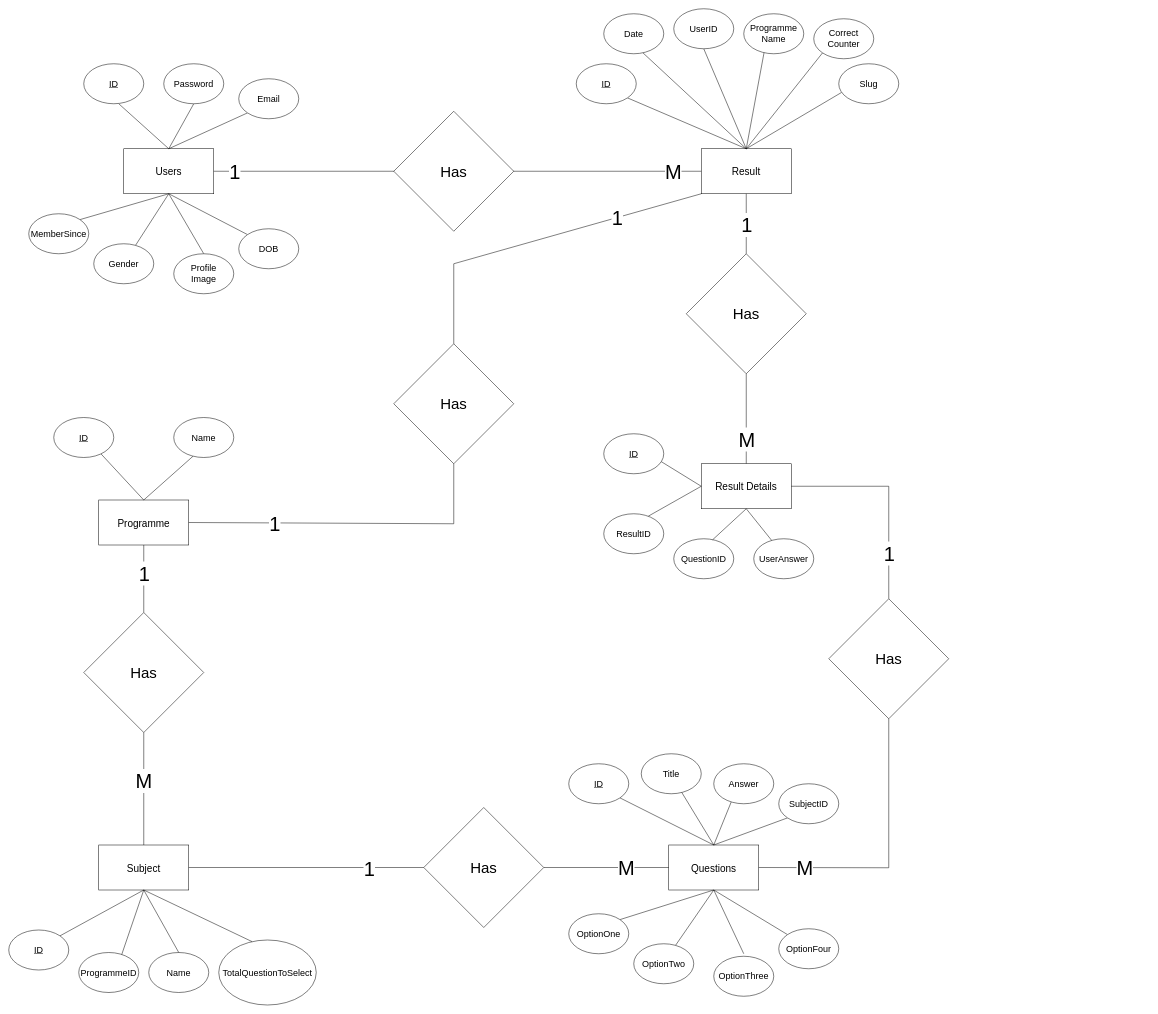
Above: static/Project Diagram/ER-Diagram.drawio in sainisoftravi/online_entrance (draw.io), before the change. Source tidied: cells renumbered, new cells numbered last; positions are measured from the earlier drawing's top-left corner, leaving out a move shared by most shapes. Both pictures are drawn from the tidied source at 50%, with x=0, y=0 at pixel (8, 8).
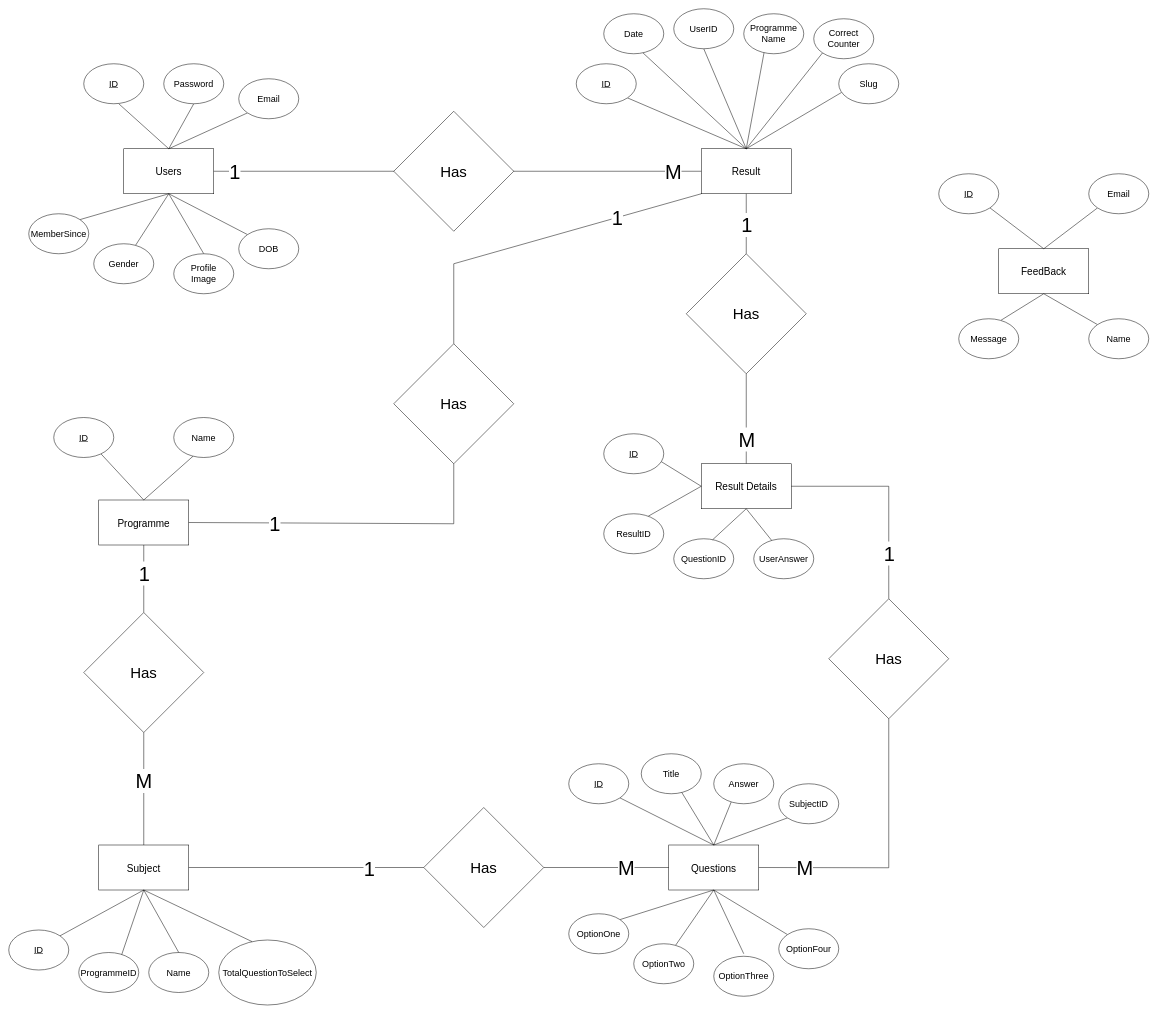
The same diagram, later.

What changed in the source:
```diff
@@
+    <mxCell id="99" value="&lt;font style=&quot;font-size: 20px;&quot;&gt;FeedBack&lt;/font&gt;" style="rounded=0;whiteSpace=wrap;html=1;" parent="1" vertex="1">
+      <mxGeometry x="1980" y="480" width="180" height="90" as="geometry" />
+    </mxCell>
+    <mxCell id="100" style="endArrow=none;html=1;rounded=0;exitX=0.5;exitY=0;exitDx=0;exitDy=0;entryX=1;entryY=1;entryDx=0;entryDy=0;" parent="1" edge="1" source="99" target="101">
+      <mxGeometry relative="1" as="geometry" />
+    </mxCell>
+    <mxCell id="101" value="&lt;font style=&quot;font-size: 18px;&quot;&gt;&lt;u&gt;ID&lt;/u&gt;&lt;/font&gt;" style="ellipse;whiteSpace=wrap;html=1;" parent="1" vertex="1">
+      <mxGeometry x="1860" y="330" width="120" height="80" as="geometry" />
+    </mxCell>
+    <mxCell id="102" style="endArrow=none;html=1;rounded=0;exitX=0.5;exitY=1;exitDx=0;exitDy=0;entryX=0;entryY=0;entryDx=0;entryDy=0;" parent="1" edge="1" source="99" target="103">
+      <mxGeometry relative="1" as="geometry" />
+    </mxCell>
+    <mxCell id="103" value="&lt;font style=&quot;font-size: 18px;&quot;&gt;Name&lt;/font&gt;" style="ellipse;whiteSpace=wrap;html=1;" parent="1" vertex="1">
+      <mxGeometry x="2160" y="620" width="120" height="80" as="geometry" />
+    </mxCell>
+    <mxCell id="104" style="endArrow=none;html=1;rounded=0;exitX=0.5;exitY=0;exitDx=0;exitDy=0;entryX=0;entryY=1;entryDx=0;entryDy=0;" parent="1" edge="1" source="99" target="105">
+      <mxGeometry relative="1" as="geometry" />
+    </mxCell>
+    <mxCell id="105" value="&lt;font style=&quot;font-size: 18px;&quot;&gt;Email&lt;/font&gt;" style="ellipse;whiteSpace=wrap;html=1;direction=east;" parent="1" vertex="1">
+      <mxGeometry x="2160" y="330" width="120" height="80" as="geometry" />
+    </mxCell>
+    <mxCell id="106" style="endArrow=none;html=1;rounded=0;exitX=0.5;exitY=1;exitDx=0;exitDy=0;entryX=0.701;entryY=0.041;entryDx=0;entryDy=0;entryPerimeter=0;" parent="1" edge="1" source="99" target="107">
+      <mxGeometry relative="1" as="geometry" />
+    </mxCell>
+    <mxCell id="107" value="&lt;font style=&quot;font-size: 18px;&quot;&gt;Message&lt;/font&gt;" style="ellipse;whiteSpace=wrap;html=1;direction=east;" parent="1" vertex="1">
+      <mxGeometry x="1900" y="620" width="120" height="80" as="geometry" />
+    </mxCell>
```
